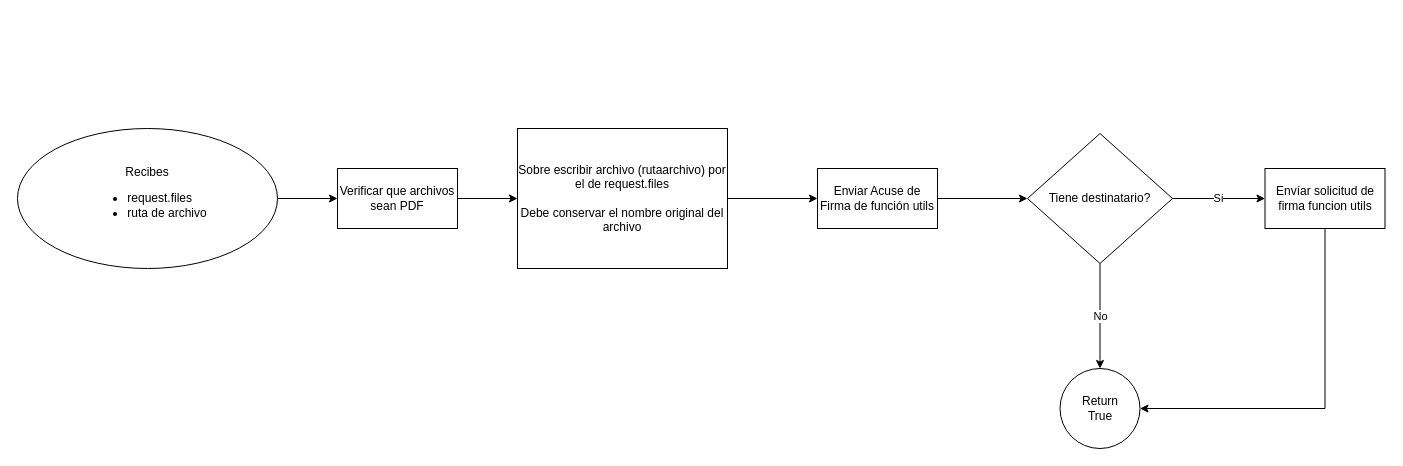
This is Firmas.drawio from FideapechSIDE/DiagramasDeFlujo, a draw.io file, before an edit. Source tidied: cells renumbered, new cells numbered last; positions are measured from the earlier drawing's top-left corner, leaving out a move shared by most shapes. Both pictures are drawn from the tidied source at 100%, with x=0, y=0 at pixel (17, 128).
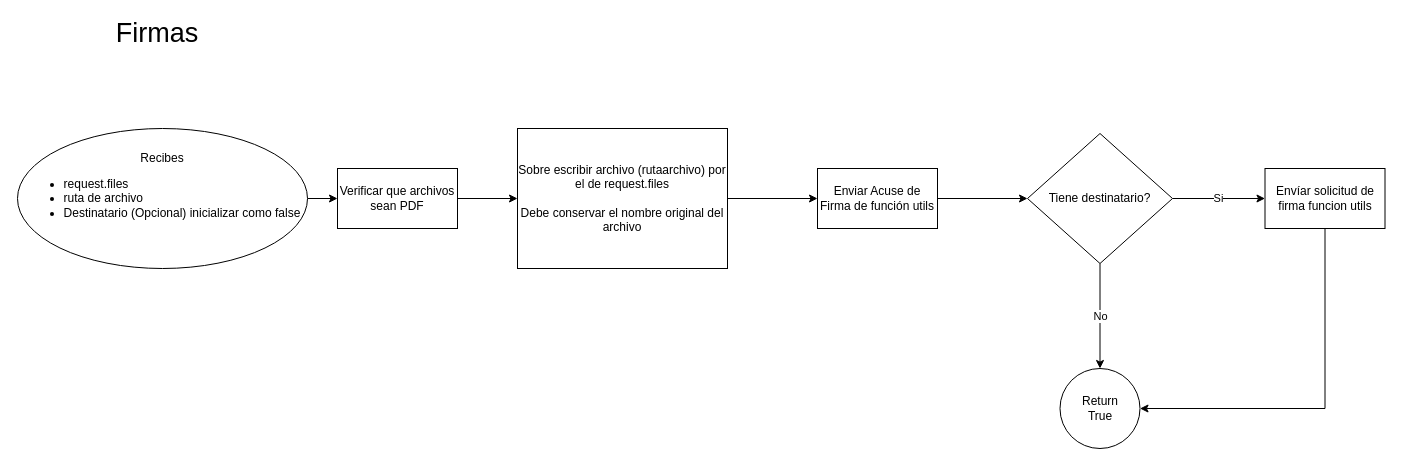
The same page after the edit.

The edit, as a diff of the source:
```diff
@@
 <mxGraphModel>
   <root>
     <mxCell id="0" />
     <mxCell id="1" parent="0" />
     <mxCell id="2" style="edgeStyle=orthogonalEdgeStyle;rounded=0;jettySize=auto;html=1;" parent="1" edge="1" source="3" target="5">
       <mxGeometry relative="1" as="geometry" />
     </mxCell>
-    <mxCell id="3" value="&lt;div&gt;Recibes&lt;/div&gt;&lt;div&gt;&lt;ul&gt;&lt;li&gt;&lt;div align=&quot;left&quot;&gt;request.files&lt;/div&gt;&lt;/li&gt;&lt;li&gt;&lt;div align=&quot;left&quot;&gt;ruta de archivo&lt;/div&gt;&lt;/li&gt;&lt;/ul&gt;&lt;/div&gt;" style="ellipse;whiteSpace=wrap;html=1;" parent="1" vertex="1">
-      <mxGeometry width="260" height="140" as="geometry" />
+    <mxCell id="3" value="&lt;div&gt;Recibes&lt;/div&gt;&lt;div&gt;&lt;ul&gt;&lt;li&gt;&lt;div align=&quot;left&quot;&gt;request.files&lt;/div&gt;&lt;/li&gt;&lt;li&gt;&lt;div align=&quot;left&quot;&gt;ruta de archivo&lt;/div&gt;&lt;/li&gt;&lt;li&gt;Destinatario (Opcional) inicializar como false&lt;br&gt;&lt;div align=&quot;left&quot;&gt;&lt;br&gt;&lt;/div&gt;&lt;/li&gt;&lt;/ul&gt;&lt;/div&gt;" style="ellipse;whiteSpace=wrap;html=1;" parent="1" vertex="1">
+      <mxGeometry width="290" height="140" as="geometry" />
     </mxCell>
     <mxCell id="4" style="edgeStyle=orthogonalEdgeStyle;rounded=0;jettySize=auto;html=1;" parent="1" edge="1" source="5" target="7">
       <mxGeometry relative="1" as="geometry" />
     </mxCell>
     <mxCell id="5" value="Verificar que archivos sean PDF" style="whiteSpace=wrap;html=1;" parent="1" vertex="1">
       <mxGeometry x="320" y="40" width="120" height="60" as="geometry" />
     </mxCell>
     <mxCell id="6" style="edgeStyle=orthogonalEdgeStyle;rounded=0;jettySize=auto;html=1;" parent="1" edge="1" source="7" target="9">
       <mxGeometry relative="1" as="geometry" />
     </mxCell>
     <mxCell id="7" value="&lt;div&gt;Sobre escribir archivo (rutaarchivo) por el de request.files&lt;/div&gt;&lt;div&gt;&lt;br&gt;&lt;/div&gt;&lt;div&gt;Debe conservar el nombre original del archivo&lt;br&gt;&lt;/div&gt;" style="whiteSpace=wrap;html=1;" parent="1" vertex="1">
       <mxGeometry x="500" width="210" height="140" as="geometry" />
     </mxCell>
     <mxCell id="8" style="edgeStyle=orthogonalEdgeStyle;rounded=0;jettySize=auto;html=1;" parent="1" edge="1" source="9" target="12">
       <mxGeometry relative="1" as="geometry" />
     </mxCell>
     <mxCell id="9" value="Enviar Acuse de Firma de función utils" style="whiteSpace=wrap;html=1;" parent="1" vertex="1">
       <mxGeometry x="800" y="40" width="120" height="60" as="geometry" />
     </mxCell>
     <mxCell id="10" value="Si" style="edgeStyle=orthogonalEdgeStyle;rounded=0;jettySize=auto;html=1;" parent="1" edge="1" source="12" target="14">
       <mxGeometry relative="1" as="geometry" />
     </mxCell>
     <mxCell id="11" value="No" style="edgeStyle=orthogonalEdgeStyle;rounded=0;jettySize=auto;html=1;" parent="1" edge="1" source="12" target="15">
       <mxGeometry relative="1" as="geometry" />
     </mxCell>
     <mxCell id="12" value="Tiene destinatario?" style="rhombus;whiteSpace=wrap;html=1;" parent="1" vertex="1">
       <mxGeometry x="1010" y="5" width="145" height="130" as="geometry" />
     </mxCell>
     <mxCell id="13" style="edgeStyle=orthogonalEdgeStyle;rounded=0;jettySize=auto;html=1;entryX=1;entryY=0.5;entryDx=0;entryDy=0;" parent="1" edge="1" source="14" target="15">
       <mxGeometry relative="1" as="geometry">
         <Array as="points">
           <mxPoint x="1308" y="280" />
         </Array>
       </mxGeometry>
     </mxCell>
     <mxCell id="14" value="Envíar solicitud de firma funcion utils" style="whiteSpace=wrap;html=1;" parent="1" vertex="1">
       <mxGeometry x="1247.5" y="40" width="120" height="60" as="geometry" />
     </mxCell>
     <mxCell id="15" value="&lt;div&gt;Return &lt;br&gt;&lt;/div&gt;&lt;div&gt;True&lt;/div&gt;" style="ellipse;whiteSpace=wrap;html=1;" parent="1" vertex="1">
       <mxGeometry x="1042.5" y="240" width="80" height="80" as="geometry" />
     </mxCell>
+    <mxCell id="16" value="Firmas" style="text;html=1;strokeColor=none;fillColor=none;align=center;verticalAlign=middle;whiteSpace=wrap;rounded=0;fontSize=27;" parent="1" vertex="1">
+      <mxGeometry x="30" y="-110" width="220" height="30" as="geometry" />
+    </mxCell>
   </root>
 </mxGraphModel>
```
